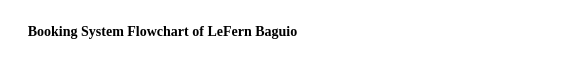
doyaoencab/draw.io keeps this draw.io diagram as CC13/LeFernSystemFlowchartUpdated.drawio. Above is the earlier version. Source tidied: cells renumbered, new cells numbered last; positions are measured from the earlier drawing's top-left corner, leaving out a move shared by most shapes. Both pictures are drawn from the tidied source at 100%, with x=0, y=0 at pixel (17, 17).
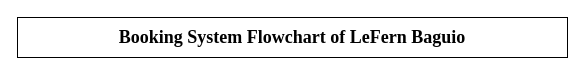
The same diagram, later.

Diff of the diagram source:
```diff
@@
 <mxGraphModel>
   <root>
     <mxCell id="0" />
     <mxCell id="1" parent="0" />
-    <mxCell id="2" value="&lt;font face=&quot;Times New Roman&quot; style=&quot;font-size: 14px;&quot;&gt;&lt;b style=&quot;&quot;&gt;Booking System Flowchart of LeFern Baguio&lt;/b&gt;&lt;/font&gt;" style="text;html=1;align=center;verticalAlign=middle;strokeColor=none;fillColor=none;" parent="1" vertex="1">
-      <mxGeometry width="290" height="30" as="geometry" />
+    <mxCell id="2" value="&lt;b style=&quot;font-family: &amp;quot;Times New Roman&amp;quot;; text-wrap-mode: nowrap;&quot;&gt;&lt;font style=&quot;font-size: 18px;&quot;&gt;Booking System Flowchart of LeFern Baguio&lt;/font&gt;&lt;/b&gt;" style="whiteSpace=wrap;html=1;" parent="1" vertex="1">
+      <mxGeometry width="550" height="40" as="geometry" />
     </mxCell>
   </root>
 </mxGraphModel>
```
